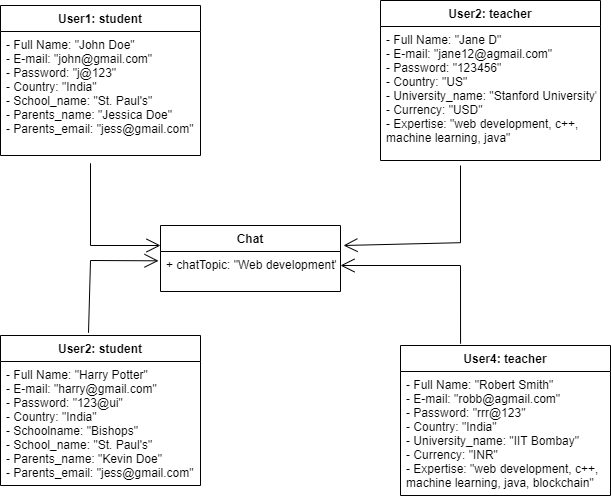
Earlier version of the draw.io export uml diagram/Object diagram.drawio.png (nikhilag01/edtalk-uml). Source tidied: cells renumbered, new cells last; positions are measured from the earlier drawing's top-left corner, leaving out a move shared by most shapes.
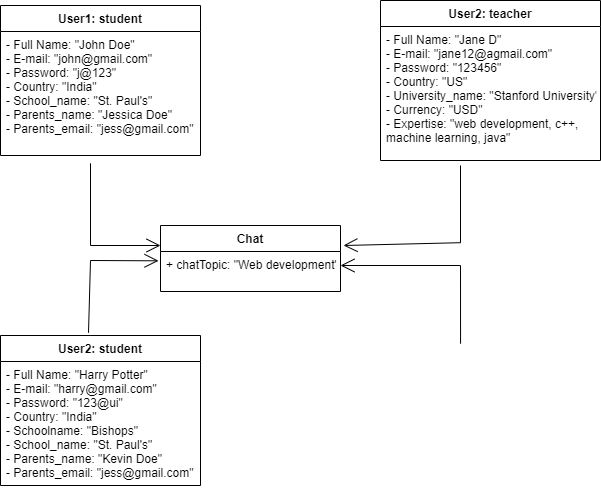
The same diagram one commit later.

What changed in the source:
```diff
@@ -20,12 +20,6 @@
     <mxCell id="7" value="- Full Name: &quot;Harry Potter&quot;&#10;- E-mail: &quot;harry@gmail.com&quot;&#10;- Password: &quot;123@ui&quot;&#10;- Country: &quot;India&quot;&#10;- Schoolname: &quot;Bishops&quot;&#10;- School_name: &quot;St. Paul's&quot;&#10;- Parents_name: &quot;Kevin Doe&quot;&#10;- Parents_email: &quot;jess@gmail.com&quot;" style="text;strokeColor=none;fillColor=none;align=left;verticalAlign=top;spacingLeft=4;spacingRight=4;overflow=hidden;" parent="6" vertex="1">
       <mxGeometry y="26" width="200" height="124" as="geometry" />
     </mxCell>
-    <mxCell id="8" value="User4: teacher" style="swimlane;fontStyle=1;align=center;verticalAlign=top;horizontal=1;startSize=26;" parent="1" vertex="1">
-      <mxGeometry x="400" y="345" width="210" height="150" as="geometry" />
-    </mxCell>
-    <mxCell id="9" value="- Full Name: &quot;Robert Smith&quot;&#10;- E-mail: &quot;robb@agmail.com&quot;&#10;- Password: &quot;rrr@123&quot;&#10;- Country: &quot;India&quot;&#10;- University_name: &quot;IIT Bombay&quot;&#10;- Currency: &quot;INR&quot;&#10;- Expertise: &quot;web development, c++,&#10;machine learning, java, blockchain&quot;" style="text;strokeColor=none;fillColor=none;align=left;verticalAlign=top;spacingLeft=4;spacingRight=4;overflow=hidden;" parent="8" vertex="1">
-      <mxGeometry y="26" width="210" height="124" as="geometry" />
-    </mxCell>
     <mxCell id="10" value="Chat" style="swimlane;fontStyle=1;align=center;verticalAlign=top;horizontal=1;startSize=26;" parent="1" vertex="1">
       <mxGeometry x="160" y="225" width="180" height="66" as="geometry" />
     </mxCell>
@@ -56,8 +50,9 @@
         </Array>
       </mxGeometry>
     </mxCell>
-    <mxCell id="15" style="endArrow=open;endFill=1;endSize=12;html=1;rounded=0;exitX=0.286;exitY=-0.012;exitDx=0;exitDy=0;exitPerimeter=0;" parent="1" edge="1" source="8">
+    <mxCell id="15" style="endArrow=open;endFill=1;endSize=12;html=1;rounded=0;exitX=0.286;exitY=-0.012;exitDx=0;exitDy=0;exitPerimeter=0;" parent="1" edge="1">
       <mxGeometry relative="1" as="geometry">
+        <mxPoint x="460.1" y="343.2" as="sourcePoint" />
         <mxPoint x="340" y="265" as="targetPoint" />
         <Array as="points">
           <mxPoint x="460" y="265" />
```
